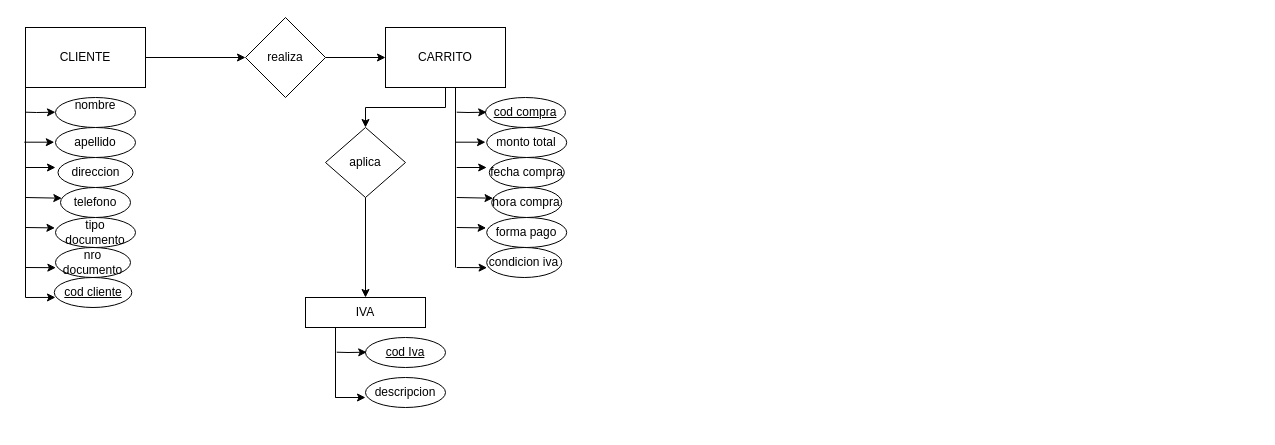
This is Tp1eraparte.drawio from JuliMeier/baseDeDatos1Repo, a draw.io file, before an edit. Source tidied: cells renumbered, new cells numbered last; positions are measured from the earlier drawing's top-left corner, leaving out a move shared by most shapes. Both pictures are drawn from the tidied source at 100%, with x=0, y=0 at pixel (24, 17).
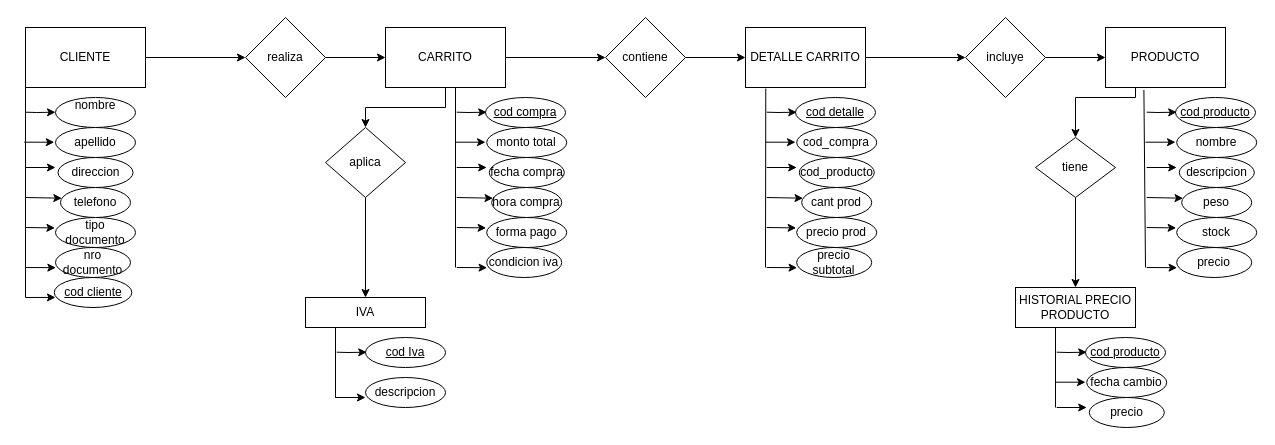
After the change.

The change refers to these unchanged cells:
```xml
<mxCell id="22" value="CARRITO" style="whiteSpace=wrap;html=1;rounded=0;" parent="1" vertex="1">
  <mxGeometry x="361" y="10" width="120" height="60" as="geometry" />
</mxCell>
```

Change to the diagram source:
```diff
@@
+    <mxCell id="44" style="edgeStyle=orthogonalEdgeStyle;rounded=0;jettySize=auto;html=1;" parent="1" edge="1" source="22" target="46">
+      <mxGeometry relative="1" as="geometry" />
+    </mxCell>
@@
+    <mxCell id="45" style="edgeStyle=orthogonalEdgeStyle;rounded=0;jettySize=auto;html=1;" parent="1" edge="1" source="46" target="48">
+      <mxGeometry relative="1" as="geometry" />
+    </mxCell>
+    <mxCell id="46" value="contiene" style="rhombus;whiteSpace=wrap;html=1;rounded=0;" parent="1" vertex="1">
+      <mxGeometry x="581" width="80" height="80" as="geometry" />
+    </mxCell>
+    <mxCell id="47" style="edgeStyle=orthogonalEdgeStyle;rounded=0;jettySize=auto;html=1;" parent="1" edge="1" source="48" target="63">
+      <mxGeometry relative="1" as="geometry" />
+    </mxCell>
+    <mxCell id="48" value="DETALLE CARRITO" style="whiteSpace=wrap;html=1;rounded=0;" parent="1" vertex="1">
+      <mxGeometry x="721" y="10" width="120" height="60" as="geometry" />
+    </mxCell>
+    <mxCell id="49" value="cod detalle" style="ellipse;whiteSpace=wrap;html=1;fontStyle=4;" parent="1" vertex="1">
+      <mxGeometry x="771" y="80" width="80" height="30" as="geometry" />
+    </mxCell>
+    <mxCell id="50" value="cod_compra" style="ellipse;whiteSpace=wrap;html=1;" parent="1" vertex="1">
+      <mxGeometry x="772.2" y="110" width="80" height="30" as="geometry" />
+    </mxCell>
+    <mxCell id="51" value="cod_producto" style="ellipse;whiteSpace=wrap;html=1;" parent="1" vertex="1">
+      <mxGeometry x="774.8" y="140" width="75" height="30" as="geometry" />
+    </mxCell>
+    <mxCell id="52" value="cant prod" style="ellipse;whiteSpace=wrap;html=1;" parent="1" vertex="1">
+      <mxGeometry x="777.2" y="170" width="70" height="30" as="geometry" />
+    </mxCell>
+    <mxCell id="53" value="precio prod" style="ellipse;whiteSpace=wrap;html=1;" parent="1" vertex="1">
+      <mxGeometry x="772.2" y="200" width="80" height="30" as="geometry" />
+    </mxCell>
+    <mxCell id="54" value="precio subtotal" style="ellipse;whiteSpace=wrap;html=1;" parent="1" vertex="1">
+      <mxGeometry x="772.2" y="230" width="75" height="30" as="geometry" />
+    </mxCell>
+    <mxCell id="55" style="endArrow=classic;html=1;rounded=0;entryX=0.005;entryY=0.673;entryDx=0;entryDy=0;entryPerimeter=0;" parent="1" edge="1" target="54">
+      <mxGeometry relative="1" as="geometry">
+        <mxPoint x="742.2" y="250" as="sourcePoint" />
+      </mxGeometry>
+    </mxCell>
+    <mxCell id="56" style="endArrow=classic;html=1;rounded=0;entryX=-0.007;entryY=0.348;entryDx=0;entryDy=0;entryPerimeter=0;" parent="1" edge="1" target="53">
+      <mxGeometry relative="1" as="geometry">
+        <mxPoint x="742.2" y="210" as="sourcePoint" />
+      </mxGeometry>
+    </mxCell>
+    <mxCell id="57" style="endArrow=classic;html=1;rounded=0;entryX=0.019;entryY=0.357;entryDx=0;entryDy=0;entryPerimeter=0;" parent="1" edge="1" target="52">
+      <mxGeometry relative="1" as="geometry">
+        <mxPoint x="742.2" y="180" as="sourcePoint" />
+      </mxGeometry>
+    </mxCell>
+    <mxCell id="58" style="endArrow=classic;html=1;rounded=0;" parent="1" edge="1">
+      <mxGeometry relative="1" as="geometry">
+        <mxPoint x="742.2" y="150" as="sourcePoint" />
+        <mxPoint x="772.2" y="150" as="targetPoint" />
+      </mxGeometry>
+    </mxCell>
+    <mxCell id="59" style="endArrow=classic;html=1;rounded=0;" parent="1" edge="1">
+      <mxGeometry relative="1" as="geometry">
+        <mxPoint x="741" y="124.7" as="sourcePoint" />
+        <mxPoint x="771" y="124.7" as="targetPoint" />
+      </mxGeometry>
+    </mxCell>
+    <mxCell id="60" style="endArrow=classic;html=1;rounded=0;" parent="1" edge="1">
+      <mxGeometry relative="1" as="geometry">
+        <mxPoint x="742.2" y="94.7" as="sourcePoint" />
+        <mxPoint x="772.2" y="94.7" as="targetPoint" />
+        <Array as="points">
+          <mxPoint x="753.5" y="95" />
+        </Array>
+      </mxGeometry>
+    </mxCell>
+    <mxCell id="61" style="endArrow=none;html=1;rounded=0;entryX=0.169;entryY=1.017;entryDx=0;entryDy=0;entryPerimeter=0;" parent="1" edge="1" target="48">
+      <mxGeometry relative="1" as="geometry">
+        <mxPoint x="741" y="250" as="sourcePoint" />
+      </mxGeometry>
+    </mxCell>
+    <mxCell id="62" style="edgeStyle=orthogonalEdgeStyle;rounded=0;jettySize=auto;html=1;" parent="1" edge="1" source="63" target="65">
+      <mxGeometry relative="1" as="geometry" />
+    </mxCell>
+    <mxCell id="63" value="incluye" style="rhombus;whiteSpace=wrap;html=1;rounded=0;" parent="1" vertex="1">
+      <mxGeometry x="941" width="80" height="80" as="geometry" />
+    </mxCell>
+    <mxCell id="64" style="edgeStyle=orthogonalEdgeStyle;rounded=0;jettySize=auto;html=1;" parent="1" edge="1" target="80">
+      <mxGeometry relative="1" as="geometry">
+        <mxPoint x="1111" y="60" as="sourcePoint" />
+        <Array as="points">
+          <mxPoint x="1111" y="80" />
+          <mxPoint x="1051" y="80" />
+        </Array>
+      </mxGeometry>
+    </mxCell>
+    <mxCell id="65" value="PRODUCTO" style="whiteSpace=wrap;html=1;rounded=0;" parent="1" vertex="1">
+      <mxGeometry x="1081" y="10" width="120" height="60" as="geometry" />
+    </mxCell>
+    <mxCell id="66" value="cod producto" style="ellipse;whiteSpace=wrap;html=1;fontStyle=4;" parent="1" vertex="1">
+      <mxGeometry x="1151" y="80" width="80" height="30" as="geometry" />
+    </mxCell>
+    <mxCell id="67" value="nombre" style="ellipse;whiteSpace=wrap;html=1;" parent="1" vertex="1">
+      <mxGeometry x="1152.2" y="110" width="80" height="30" as="geometry" />
+    </mxCell>
+    <mxCell id="68" value="descripcion" style="ellipse;whiteSpace=wrap;html=1;" parent="1" vertex="1">
+      <mxGeometry x="1154.8" y="140" width="75" height="30" as="geometry" />
+    </mxCell>
+    <mxCell id="69" value="peso" style="ellipse;whiteSpace=wrap;html=1;" parent="1" vertex="1">
+      <mxGeometry x="1157.2" y="170" width="70" height="30" as="geometry" />
+    </mxCell>
+    <mxCell id="70" value="stock" style="ellipse;whiteSpace=wrap;html=1;" parent="1" vertex="1">
+      <mxGeometry x="1152.2" y="200" width="80" height="30" as="geometry" />
+    </mxCell>
+    <mxCell id="71" value="precio" style="ellipse;whiteSpace=wrap;html=1;" parent="1" vertex="1">
+      <mxGeometry x="1152.2" y="230" width="75" height="30" as="geometry" />
+    </mxCell>
+    <mxCell id="72" style="endArrow=classic;html=1;rounded=0;entryX=0.005;entryY=0.673;entryDx=0;entryDy=0;entryPerimeter=0;" parent="1" edge="1" target="71">
+      <mxGeometry relative="1" as="geometry">
+        <mxPoint x="1122.2" y="250" as="sourcePoint" />
+      </mxGeometry>
+    </mxCell>
+    <mxCell id="73" style="endArrow=classic;html=1;rounded=0;entryX=-0.007;entryY=0.348;entryDx=0;entryDy=0;entryPerimeter=0;" parent="1" edge="1" target="70">
+      <mxGeometry relative="1" as="geometry">
+        <mxPoint x="1122.2" y="210" as="sourcePoint" />
+      </mxGeometry>
+    </mxCell>
+    <mxCell id="74" style="endArrow=classic;html=1;rounded=0;entryX=0.019;entryY=0.357;entryDx=0;entryDy=0;entryPerimeter=0;" parent="1" edge="1" target="69">
+      <mxGeometry relative="1" as="geometry">
+        <mxPoint x="1122.2" y="180" as="sourcePoint" />
+      </mxGeometry>
+    </mxCell>
+    <mxCell id="75" style="endArrow=classic;html=1;rounded=0;" parent="1" edge="1">
+      <mxGeometry relative="1" as="geometry">
+        <mxPoint x="1122.2" y="150" as="sourcePoint" />
+        <mxPoint x="1152.2" y="150" as="targetPoint" />
+      </mxGeometry>
+    </mxCell>
+    <mxCell id="76" style="endArrow=classic;html=1;rounded=0;" parent="1" edge="1">
+      <mxGeometry relative="1" as="geometry">
+        <mxPoint x="1121" y="124.7" as="sourcePoint" />
+        <mxPoint x="1151" y="124.7" as="targetPoint" />
+      </mxGeometry>
+    </mxCell>
+    <mxCell id="77" style="endArrow=classic;html=1;rounded=0;" parent="1" edge="1">
+      <mxGeometry relative="1" as="geometry">
+        <mxPoint x="1122.2" y="94.7" as="sourcePoint" />
+        <mxPoint x="1152.2" y="94.7" as="targetPoint" />
+        <Array as="points">
+          <mxPoint x="1133.5" y="95" />
+        </Array>
+      </mxGeometry>
+    </mxCell>
+    <mxCell id="78" style="endArrow=none;html=1;rounded=0;entryX=0.32;entryY=1.04;entryDx=0;entryDy=0;entryPerimeter=0;" parent="1" edge="1" target="65">
+      <mxGeometry relative="1" as="geometry">
+        <mxPoint x="1121" y="250" as="sourcePoint" />
+      </mxGeometry>
+    </mxCell>
+    <mxCell id="79" style="edgeStyle=orthogonalEdgeStyle;rounded=0;jettySize=auto;html=1;" parent="1" edge="1" source="80" target="81">
+      <mxGeometry relative="1" as="geometry" />
+    </mxCell>
+    <mxCell id="80" value="tiene" style="rhombus;whiteSpace=wrap;html=1;" parent="1" vertex="1">
+      <mxGeometry x="1011" y="120" width="80" height="60" as="geometry" />
+    </mxCell>
+    <mxCell id="81" value="HISTORIAL PRECIO PRODUCTO" style="whiteSpace=wrap;html=1;" parent="1" vertex="1">
+      <mxGeometry x="991" y="270" width="120" height="40" as="geometry" />
+    </mxCell>
+    <mxCell id="82" value="cod producto" style="ellipse;whiteSpace=wrap;html=1;fontStyle=4;" parent="1" vertex="1">
+      <mxGeometry x="1061" y="320" width="80" height="30" as="geometry" />
+    </mxCell>
+    <mxCell id="83" value="fecha cambio" style="ellipse;whiteSpace=wrap;html=1;" parent="1" vertex="1">
+      <mxGeometry x="1062.2" y="350" width="80" height="30" as="geometry" />
+    </mxCell>
+    <mxCell id="84" value="precio" style="ellipse;whiteSpace=wrap;html=1;" parent="1" vertex="1">
+      <mxGeometry x="1064.8" y="380" width="75" height="30" as="geometry" />
+    </mxCell>
+    <mxCell id="85" style="endArrow=classic;html=1;rounded=0;" parent="1" edge="1">
+      <mxGeometry relative="1" as="geometry">
+        <mxPoint x="1032.2" y="390" as="sourcePoint" />
+        <mxPoint x="1062.2" y="390" as="targetPoint" />
+      </mxGeometry>
+    </mxCell>
+    <mxCell id="86" style="endArrow=classic;html=1;rounded=0;" parent="1" edge="1">
+      <mxGeometry relative="1" as="geometry">
+        <mxPoint x="1031" y="364.7" as="sourcePoint" />
+        <mxPoint x="1061" y="364.7" as="targetPoint" />
+      </mxGeometry>
+    </mxCell>
+    <mxCell id="87" style="endArrow=classic;html=1;rounded=0;" parent="1" edge="1">
+      <mxGeometry relative="1" as="geometry">
+        <mxPoint x="1032.2" y="334.7" as="sourcePoint" />
+        <mxPoint x="1062.2" y="334.7" as="targetPoint" />
+        <Array as="points">
+          <mxPoint x="1043.5" y="335" />
+        </Array>
+      </mxGeometry>
+    </mxCell>
+    <mxCell id="88" style="endArrow=none;html=1;rounded=0;" parent="1" edge="1">
+      <mxGeometry relative="1" as="geometry">
+        <mxPoint x="1031" y="390" as="sourcePoint" />
+        <mxPoint x="1031" y="310" as="targetPoint" />
+      </mxGeometry>
+    </mxCell>
```
